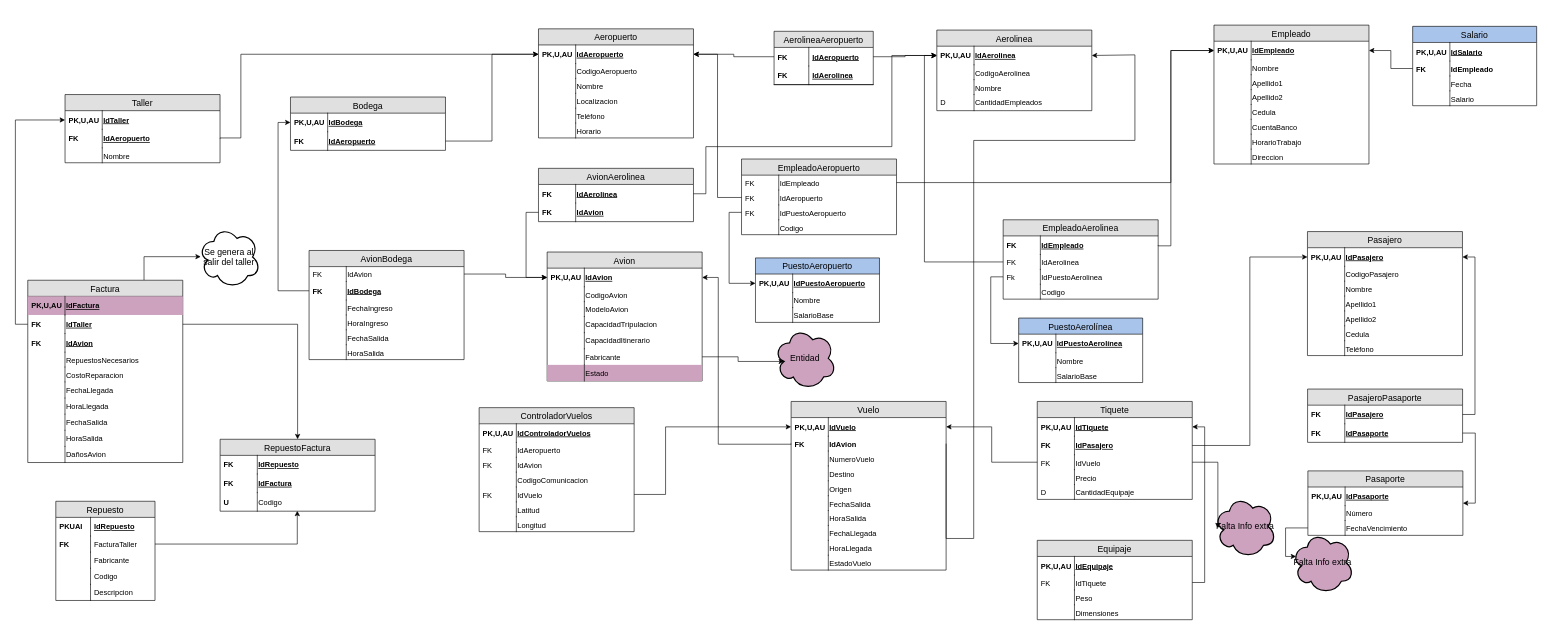
This is Diagrama relacional.drawio from m-herrera/airport-database, a draw.io file, before an edit. Source tidied: cells renumbered, new cells numbered last; positions are measured from the earlier drawing's top-left corner, leaving out a move shared by most shapes. Both pictures are drawn from the tidied source at 62%, with x=0, y=0 at pixel (27, 25).
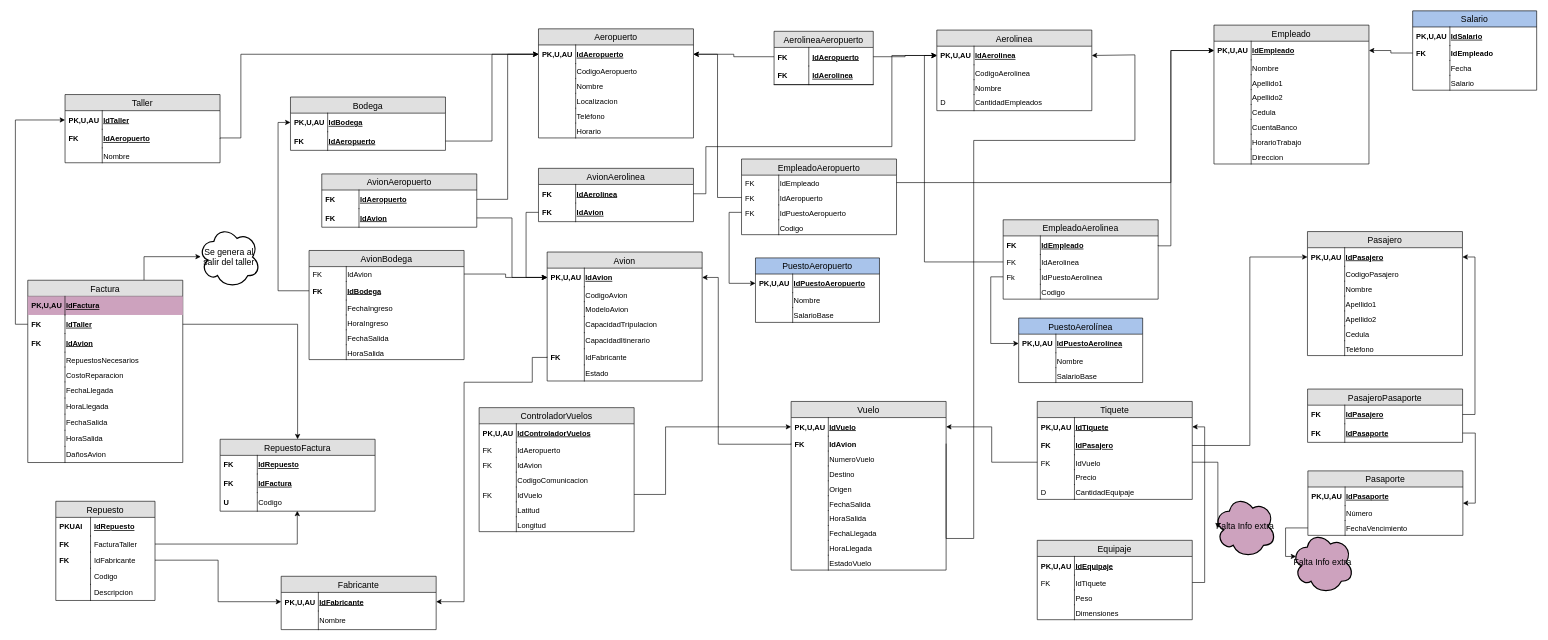
The same diagram, later.

The change refers to these unchanged cells:
```xml
<mxCell id="29" value="IdAeropuerto" style="shape=partialRectangle;top=0;left=0;right=0;bottom=0;align=left;verticalAlign=middle;fillColor=none;spacingLeft=60;spacingRight=4;overflow=hidden;points=[[0,0.5],[1,0.5]];portConstraint=eastwest;fontStyle=5;fontSize=12;strokeColor=#000000;" parent="28" vertex="1">
  <mxGeometry y="26" width="250" height="30" as="geometry" />
</mxCell>
<mxCell id="80" value="Avion" style="swimlane;fontStyle=0;horizontal=1;startSize=26;fillColor=#e0e0e0;swimlaneFillColor=#ffffff;align=center;fontSize=14;" parent="1" vertex="1">
  <mxGeometry x="838" y="366" width="250" height="208" as="geometry" />
</mxCell>
<mxCell id="81" value="IdAvion" style="shape=partialRectangle;top=0;left=0;right=0;bottom=0;align=left;verticalAlign=middle;fillColor=none;spacingLeft=60;spacingRight=4;overflow=hidden;points=[[0,0.5],[1,0.5]];portConstraint=eastwest;fontStyle=5;fontSize=12;strokeColor=#000000;" parent="80" vertex="1">
  <mxGeometry y="26" width="250" height="30" as="geometry" />
</mxCell>
<mxCell id="226" value="Repuesto" style="swimlane;fontStyle=0;horizontal=1;startSize=26;fillColor=#e0e0e0;swimlaneFillColor=#ffffff;align=center;fontSize=14;" parent="1" vertex="1">
  <mxGeometry x="45.5" y="768" width="160" height="160" as="geometry" />
</mxCell>
```

What changed in the source:
```diff
@@
-    <mxCell id="91" value="Fabricante" style="shape=partialRectangle;top=0;left=0;right=0;bottom=0;align=left;verticalAlign=top;fillColor=none;spacingLeft=60;spacingRight=4;overflow=hidden;points=[[0,0.5],[1,0.5]];portConstraint=eastwest;fontSize=12;" parent="80" vertex="1">
+    <mxCell id="91" value="IdFabricante" style="shape=partialRectangle;top=0;left=0;right=0;bottom=0;align=left;verticalAlign=top;fillColor=none;spacingLeft=60;spacingRight=4;overflow=hidden;points=[[0,0.5],[1,0.5]];portConstraint=eastwest;fontSize=12;" parent="80" vertex="1">
       <mxGeometry y="156" width="250" height="26" as="geometry" />
     </mxCell>
-    <mxCell id="92" style="shape=partialRectangle;top=0;left=0;bottom=0;fillColor=none;align=left;verticalAlign=top;spacingLeft=4;spacingRight=4;overflow=hidden;fontSize=12;" parent="91" vertex="1">
+    <mxCell id="92" value="FK" style="shape=partialRectangle;top=0;left=0;bottom=0;fillColor=none;align=left;verticalAlign=top;spacingLeft=4;spacingRight=4;overflow=hidden;fontSize=12;fontStyle=1;" parent="91" vertex="1">
       <mxGeometry width="60" height="26" as="geometry" />
     </mxCell>
-    <mxCell id="93" value="Estado" style="shape=partialRectangle;top=0;left=0;right=0;bottom=0;align=left;verticalAlign=top;fillColor=#CDA2BE;spacingLeft=60;spacingRight=4;overflow=hidden;fontSize=12;" parent="80" vertex="1">
+    <mxCell id="93" value="Estado" style="shape=partialRectangle;top=0;left=0;right=0;bottom=0;align=left;verticalAlign=top;fillColor=none;spacingLeft=60;spacingRight=4;overflow=hidden;fontSize=12;" parent="80" vertex="1">
       <mxGeometry y="182" width="250" height="26" as="geometry" />
     </mxCell>
@@
-    <mxCell id="95" value="Entidad" style="ellipse;shape=cloud;strokeWidth=2;fontSize=14;whiteSpace=wrap;html=1;align=center;shadow=0;fillColor=#CDA2BE;" parent="1" vertex="1">
-      <mxGeometry x="1204" y="487.5" width="100" height="100" as="geometry" />
-    </mxCell>
-    <mxCell id="96" style="edgeStyle=orthogonalEdgeStyle;rounded=0;jettySize=auto;html=1;exitX=1;exitY=0.5;exitDx=0;exitDy=0;entryX=0.16;entryY=0.55;entryDx=0;entryDy=0;entryPerimeter=0;" parent="1" edge="1" source="91" target="95">
-      <mxGeometry relative="1" as="geometry" />
-    </mxCell>
@@
-    <mxCell id="231" value="Fabricante" style="shape=partialRectangle;top=0;left=0;right=0;bottom=0;align=left;verticalAlign=top;fillColor=none;spacingLeft=60;spacingRight=4;overflow=hidden;points=[[0,0.5],[1,0.5]];portConstraint=eastwest;fontSize=12;" parent="226" vertex="1">
+    <mxCell id="231" value="IdFabricante" style="shape=partialRectangle;top=0;left=0;right=0;bottom=0;align=left;verticalAlign=top;fillColor=none;spacingLeft=60;spacingRight=4;overflow=hidden;points=[[0,0.5],[1,0.5]];portConstraint=eastwest;fontSize=12;" parent="226" vertex="1">
       <mxGeometry y="82" width="160" height="26" as="geometry" />
     </mxCell>
-    <mxCell id="232" style="shape=partialRectangle;top=0;left=0;bottom=0;fillColor=none;align=left;verticalAlign=top;spacingLeft=4;spacingRight=4;overflow=hidden;fontSize=12;" parent="231" vertex="1">
+    <mxCell id="232" value="FK" style="shape=partialRectangle;top=0;left=0;bottom=0;fillColor=none;align=left;verticalAlign=top;spacingLeft=4;spacingRight=4;overflow=hidden;fontSize=12;fontStyle=1;" parent="231" vertex="1">
       <mxGeometry width="56" height="26" as="geometry" />
     </mxCell>
@@
     <mxCell id="263" value="Salario" style="swimlane;fontStyle=0;horizontal=1;startSize=26;fillColor=#A9C4EB;swimlaneFillColor=#ffffff;align=center;fontSize=14;" parent="1" vertex="1">
-      <mxGeometry x="2234" y="2" width="200" height="128" as="geometry" />
+      <mxGeometry x="2234" y="-23" width="200" height="128" as="geometry" />
     </mxCell>
@@
+    <mxCell id="288" value="AvionAeropuerto" style="swimlane;fontStyle=0;horizontal=1;startSize=26;fillColor=#e0e0e0;swimlaneFillColor=#ffffff;align=center;fontSize=14;" parent="1" vertex="1">
+      <mxGeometry x="474.5" y="240" width="250" height="86" as="geometry" />
+    </mxCell>
+    <mxCell id="289" value="IdAeropuerto" style="shape=partialRectangle;top=0;left=0;right=0;bottom=0;align=left;verticalAlign=middle;fillColor=none;spacingLeft=60;spacingRight=4;overflow=hidden;points=[[0,0.5],[1,0.5]];portConstraint=eastwest;fontStyle=5;fontSize=12;strokeColor=#000000;" parent="288" vertex="1">
+      <mxGeometry y="26" width="250" height="30" as="geometry" />
+    </mxCell>
+    <mxCell id="290" value="FK" style="shape=partialRectangle;fontStyle=1;top=0;left=0;bottom=0;fillColor=none;align=left;verticalAlign=middle;spacingLeft=4;spacingRight=4;overflow=hidden;fontSize=12;" parent="289" vertex="1">
+      <mxGeometry width="60" height="30" as="geometry" />
+    </mxCell>
+    <mxCell id="291" value="IdAvion" style="shape=partialRectangle;top=0;left=0;right=0;bottom=0;align=left;verticalAlign=middle;fillColor=none;spacingLeft=60;spacingRight=4;overflow=hidden;points=[[0,0.5],[1,0.5]];portConstraint=eastwest;fontStyle=5;fontSize=12;strokeColor=#000000;" parent="288" vertex="1">
+      <mxGeometry y="56" width="250" height="30" as="geometry" />
+    </mxCell>
+    <mxCell id="292" value="FK" style="shape=partialRectangle;fontStyle=1;top=0;left=0;bottom=0;fillColor=none;align=left;verticalAlign=middle;spacingLeft=4;spacingRight=4;overflow=hidden;fontSize=12;" parent="291" vertex="1">
+      <mxGeometry width="60" height="30" as="geometry" />
+    </mxCell>
+    <mxCell id="293" style="edgeStyle=orthogonalEdgeStyle;rounded=0;jettySize=auto;html=1;exitX=1;exitY=0.5;exitDx=0;exitDy=0;entryX=0;entryY=0.5;entryDx=0;entryDy=0;" parent="1" edge="1" source="289" target="29">
+      <mxGeometry relative="1" as="geometry" />
+    </mxCell>
+    <mxCell id="294" style="edgeStyle=orthogonalEdgeStyle;rounded=0;jettySize=auto;html=1;exitX=1;exitY=0.5;exitDx=0;exitDy=0;entryX=0;entryY=0.5;entryDx=0;entryDy=0;" parent="1" edge="1" source="291" target="81">
+      <mxGeometry relative="1" as="geometry" />
+    </mxCell>
+    <mxCell id="295" value="Fabricante" style="swimlane;fontStyle=0;horizontal=1;startSize=26;fillColor=#e0e0e0;swimlaneFillColor=#ffffff;align=center;fontSize=14;" parent="1" vertex="1">
+      <mxGeometry x="409" y="889" width="250" height="86" as="geometry" />
+    </mxCell>
+    <mxCell id="296" value="IdFabricante" style="shape=partialRectangle;top=0;left=0;right=0;bottom=0;align=left;verticalAlign=middle;fillColor=none;spacingLeft=60;spacingRight=4;overflow=hidden;points=[[0,0.5],[1,0.5]];portConstraint=eastwest;fontStyle=5;fontSize=12;strokeColor=#000000;" parent="295" vertex="1">
+      <mxGeometry y="26" width="250" height="30" as="geometry" />
+    </mxCell>
+    <mxCell id="297" value="PK,U,AU" style="shape=partialRectangle;fontStyle=1;top=0;left=0;bottom=0;fillColor=none;align=left;verticalAlign=middle;spacingLeft=4;spacingRight=4;overflow=hidden;fontSize=12;" parent="296" vertex="1">
+      <mxGeometry width="60" height="30" as="geometry" />
+    </mxCell>
+    <mxCell id="298" value="Nombre" style="shape=partialRectangle;top=0;left=0;right=0;bottom=0;align=left;verticalAlign=middle;fillColor=none;spacingLeft=60;spacingRight=4;overflow=hidden;fontStyle=0;fontSize=12;strokeColor=#000000;" parent="295" vertex="1">
+      <mxGeometry y="56" width="250" height="30" as="geometry" />
+    </mxCell>
+    <mxCell id="299" style="shape=partialRectangle;fontStyle=1;top=0;left=0;bottom=0;fillColor=none;align=left;verticalAlign=middle;spacingLeft=4;spacingRight=4;overflow=hidden;fontSize=12;" parent="298" vertex="1">
+      <mxGeometry width="60" height="30" as="geometry" />
+    </mxCell>
+    <mxCell id="300" style="edgeStyle=orthogonalEdgeStyle;rounded=0;jettySize=auto;html=1;exitX=1;exitY=0.5;exitDx=0;exitDy=0;entryX=0;entryY=0.5;entryDx=0;entryDy=0;" parent="1" edge="1" source="231" target="296">
+      <mxGeometry relative="1" as="geometry" />
+    </mxCell>
+    <mxCell id="301" style="edgeStyle=orthogonalEdgeStyle;rounded=0;jettySize=auto;html=1;exitX=0;exitY=0.5;exitDx=0;exitDy=0;entryX=1;entryY=0.5;entryDx=0;entryDy=0;" parent="1" edge="1" source="91" target="296">
+      <mxGeometry relative="1" as="geometry">
+        <Array as="points">
+          <mxPoint x="814" y="536" />
+          <mxPoint x="814" y="576" />
+          <mxPoint x="704" y="576" />
+          <mxPoint x="704" y="930" />
+        </Array>
+      </mxGeometry>
+    </mxCell>
```
